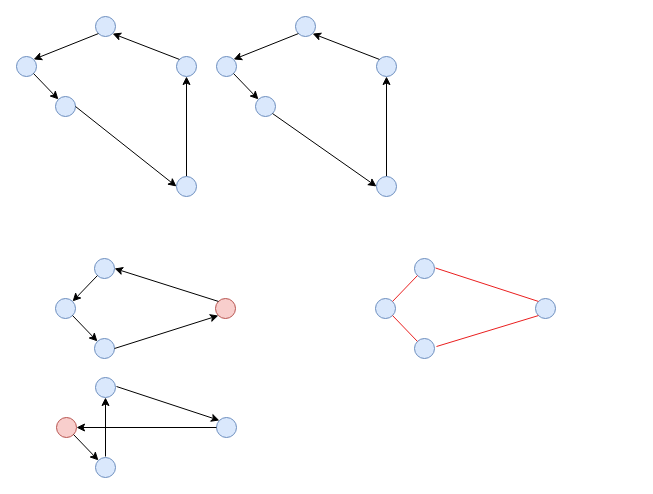
Earlier version of the draw.io diagram 1-2.drawio (YinhuaChen-cloud/Advanced_Algorithm_hw). Source tidied: cells renumbered, new cells numbered last; positions are measured from the earlier drawing's top-left corner, leaving out a move shared by most shapes. Both pictures are drawn from the tidied source at 100%, with x=0, y=0 at pixel (16, 16).
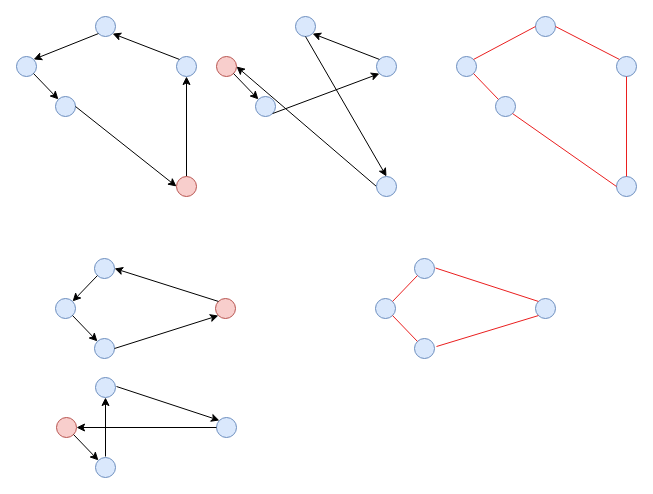
Above is the later version.

The change refers to these unchanged cells:
```xml
<mxCell id="37" style="ellipse;whiteSpace=wrap;html=1;fillColor=#dae8fc;strokeColor=#6c8ebf;" parent="1" vertex="1">
  <mxGeometry x="279" width="20" height="20" as="geometry" />
</mxCell>
<mxCell id="38" style="ellipse;whiteSpace=wrap;html=1;fillColor=#dae8fc;strokeColor=#6c8ebf;" parent="1" vertex="1">
  <mxGeometry x="360" y="40" width="20" height="20" as="geometry" />
</mxCell>
<mxCell id="39" style="ellipse;whiteSpace=wrap;html=1;fillColor=#dae8fc;strokeColor=#6c8ebf;" parent="1" vertex="1">
  <mxGeometry x="239" y="80" width="20" height="20" as="geometry" />
</mxCell>
<mxCell id="44" style="ellipse;whiteSpace=wrap;html=1;fillColor=#dae8fc;strokeColor=#6c8ebf;" parent="1" vertex="1">
  <mxGeometry x="360" y="160" width="20" height="20" as="geometry" />
</mxCell>
```

Change to the diagram source:
```diff
@@
-    <mxCell id="10" style="ellipse;whiteSpace=wrap;html=1;fillColor=#dae8fc;strokeColor=#6c8ebf;" parent="1" vertex="1">
+    <mxCell id="10" style="ellipse;whiteSpace=wrap;html=1;fillColor=#f8cecc;strokeColor=#b85450;" parent="1" vertex="1">
       <mxGeometry x="160" y="160" width="20" height="20" as="geometry" />
     </mxCell>
@@
-    <mxCell id="36" style="ellipse;whiteSpace=wrap;html=1;fillColor=#dae8fc;strokeColor=#6c8ebf;" parent="1" vertex="1">
+    <mxCell id="36" style="ellipse;whiteSpace=wrap;html=1;fillColor=#f8cecc;strokeColor=#b85450;" parent="1" vertex="1">
       <mxGeometry x="200" y="40" width="20" height="20" as="geometry" />
     </mxCell>
@@
-    <mxCell id="41" style="endArrow=classic;html=1;rounded=0;entryX=1;entryY=0;entryDx=0;entryDy=0;exitX=0;exitY=1;exitDx=0;exitDy=0;" parent="1" edge="1" source="37" target="36">
-      <mxGeometry relative="1" as="geometry" />
+    <mxCell id="41" style="endArrow=classic;html=1;rounded=0;exitX=0.5;exitY=1;exitDx=0;exitDy=0;" parent="1" edge="1" source="37">
+      <mxGeometry relative="1" as="geometry">
+        <mxPoint x="370" y="160" as="targetPoint" />
+      </mxGeometry>
     </mxCell>
@@
-    <mxCell id="43" style="endArrow=classic;html=1;rounded=0;entryX=0.5;entryY=1;entryDx=0;entryDy=0;exitX=0.5;exitY=0;exitDx=0;exitDy=0;" parent="1" edge="1" source="44" target="38">
+    <mxCell id="43" style="endArrow=classic;html=1;rounded=0;entryX=1;entryY=0.5;entryDx=0;entryDy=0;exitX=0;exitY=0.5;exitDx=0;exitDy=0;" parent="1" edge="1" source="44" target="36">
       <mxGeometry relative="1" as="geometry" />
     </mxCell>
@@
-    <mxCell id="45" style="endArrow=classic;html=1;rounded=0;entryX=0;entryY=0.5;entryDx=0;entryDy=0;exitX=1;exitY=1;exitDx=0;exitDy=0;" parent="1" edge="1" source="39" target="44">
+    <mxCell id="45" style="endArrow=classic;html=1;rounded=0;entryX=0;entryY=1;entryDx=0;entryDy=0;exitX=1;exitY=1;exitDx=0;exitDy=0;" parent="1" edge="1" source="39" target="38">
       <mxGeometry relative="1" as="geometry" />
     </mxCell>
+    <mxCell id="46" style="ellipse;whiteSpace=wrap;html=1;fillColor=#dae8fc;strokeColor=#6c8ebf;" parent="1" vertex="1">
+      <mxGeometry x="440" y="40" width="20" height="20" as="geometry" />
+    </mxCell>
+    <mxCell id="47" style="ellipse;whiteSpace=wrap;html=1;fillColor=#dae8fc;strokeColor=#6c8ebf;" parent="1" vertex="1">
+      <mxGeometry x="519" width="20" height="20" as="geometry" />
+    </mxCell>
+    <mxCell id="48" style="ellipse;whiteSpace=wrap;html=1;fillColor=#dae8fc;strokeColor=#6c8ebf;" parent="1" vertex="1">
+      <mxGeometry x="600" y="40" width="20" height="20" as="geometry" />
+    </mxCell>
+    <mxCell id="49" style="ellipse;whiteSpace=wrap;html=1;fillColor=#dae8fc;strokeColor=#6c8ebf;" parent="1" vertex="1">
+      <mxGeometry x="479" y="80" width="20" height="20" as="geometry" />
+    </mxCell>
+    <mxCell id="50" style="ellipse;whiteSpace=wrap;html=1;fillColor=#dae8fc;strokeColor=#6c8ebf;" parent="1" vertex="1">
+      <mxGeometry x="600" y="160" width="20" height="20" as="geometry" />
+    </mxCell>
+    <mxCell id="51" style="endArrow=none;html=1;rounded=0;strokeColor=#ea1f1f;entryX=0;entryY=0;entryDx=0;entryDy=0;" parent="1" edge="1" target="48">
+      <mxGeometry relative="1" as="geometry">
+        <mxPoint x="539" y="10" as="sourcePoint" />
+      </mxGeometry>
+    </mxCell>
+    <mxCell id="52" style="endArrow=none;html=1;rounded=0;strokeColor=#ea1f1f;entryX=0.5;entryY=0;entryDx=0;entryDy=0;exitX=0.5;exitY=1;exitDx=0;exitDy=0;" parent="1" edge="1" source="48" target="50">
+      <mxGeometry relative="1" as="geometry" />
+    </mxCell>
+    <mxCell id="53" style="endArrow=none;html=1;rounded=0;strokeColor=#ea1f1f;entryX=0;entryY=0.5;entryDx=0;entryDy=0;exitX=1;exitY=1;exitDx=0;exitDy=0;" parent="1" edge="1" source="49" target="50">
+      <mxGeometry relative="1" as="geometry" />
+    </mxCell>
+    <mxCell id="54" style="endArrow=none;html=1;rounded=0;strokeColor=#ea1f1f;entryX=0;entryY=0;entryDx=0;entryDy=0;exitX=1;exitY=1;exitDx=0;exitDy=0;" parent="1" edge="1" source="46" target="49">
+      <mxGeometry relative="1" as="geometry" />
+    </mxCell>
+    <mxCell id="55" style="endArrow=none;html=1;rounded=0;strokeColor=#ea1f1f;entryX=1;entryY=0;entryDx=0;entryDy=0;exitX=0;exitY=0.5;exitDx=0;exitDy=0;" parent="1" edge="1" source="47" target="46">
+      <mxGeometry relative="1" as="geometry" />
+    </mxCell>
```
